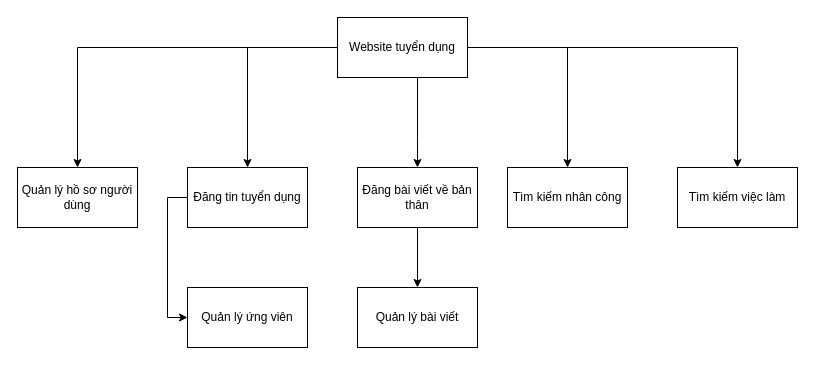
The draw.io diagram PHANRACHUCNANG.drawio in LeeTaDa/LeTatDat, before the edit. Source tidied: cells renumbered, new cells numbered last; positions are measured from the earlier drawing's top-left corner, leaving out a move shared by most shapes. Both pictures are drawn from the tidied source at 100%, with x=0, y=0 at pixel (17, 17).
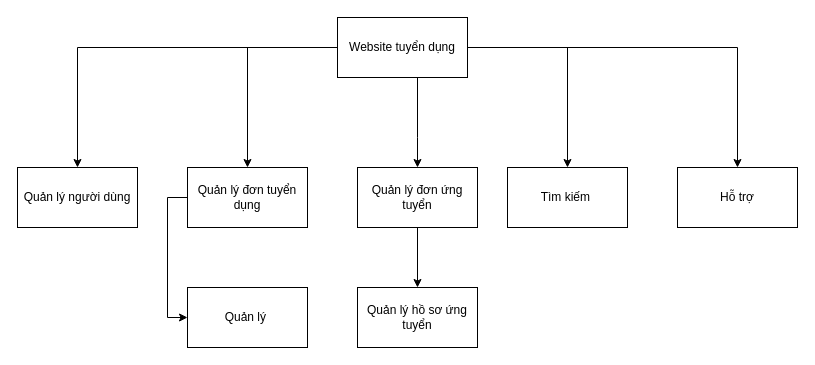
After the change.

Change to the diagram source:
```diff
@@
 <mxGraphModel>
   <root>
     <mxCell id="0" />
     <mxCell id="1" parent="0" />
     <mxCell id="2" style="edgeStyle=orthogonalEdgeStyle;rounded=0;jettySize=auto;html=1;entryX=0.5;entryY=0;entryDx=0;entryDy=0;" parent="1" edge="1" source="6" target="8">
       <mxGeometry relative="1" as="geometry" />
     </mxCell>
     <mxCell id="3" style="edgeStyle=orthogonalEdgeStyle;rounded=0;jettySize=auto;html=1;entryX=0.5;entryY=0;entryDx=0;entryDy=0;" parent="1" edge="1" source="6" target="9">
       <mxGeometry relative="1" as="geometry" />
     </mxCell>
     <mxCell id="4" style="edgeStyle=orthogonalEdgeStyle;rounded=0;jettySize=auto;html=1;entryX=0.5;entryY=0;entryDx=0;entryDy=0;" parent="1" edge="1" source="6" target="13">
       <mxGeometry relative="1" as="geometry" />
     </mxCell>
     <mxCell id="5" style="edgeStyle=orthogonalEdgeStyle;rounded=0;jettySize=auto;html=1;entryX=0.5;entryY=0;entryDx=0;entryDy=0;" parent="1" edge="1" source="6" target="16">
       <mxGeometry relative="1" as="geometry" />
     </mxCell>
     <mxCell id="6" value="Website tuyển dụng" style="rounded=0;whiteSpace=wrap;html=1;" parent="1" vertex="1">
       <mxGeometry x="320" width="130" height="60" as="geometry" />
     </mxCell>
     <mxCell id="7" style="edgeStyle=orthogonalEdgeStyle;rounded=0;jettySize=auto;html=1;entryX=0;entryY=0.5;entryDx=0;entryDy=0;exitX=0;exitY=0.5;exitDx=0;exitDy=0;" parent="1" edge="1" source="8" target="14">
       <mxGeometry relative="1" as="geometry" />
     </mxCell>
-    <mxCell id="8" value="Đăng tin tuyển dụng" style="rounded=0;whiteSpace=wrap;html=1;" parent="1" vertex="1">
+    <mxCell id="8" value="Quản lý đơn tuyển dụng" style="rounded=0;whiteSpace=wrap;html=1;" parent="1" vertex="1">
       <mxGeometry x="170" y="150" width="120" height="60" as="geometry" />
     </mxCell>
-    <mxCell id="9" value="Tìm kiếm nhân công" style="rounded=0;whiteSpace=wrap;html=1;" parent="1" vertex="1">
+    <mxCell id="9" value="Tìm kiếm&amp;nbsp;" style="rounded=0;whiteSpace=wrap;html=1;" parent="1" vertex="1">
       <mxGeometry x="490" y="150" width="120" height="60" as="geometry" />
     </mxCell>
     <mxCell id="10" style="edgeStyle=orthogonalEdgeStyle;rounded=0;jettySize=auto;html=1;entryX=0.5;entryY=0;entryDx=0;entryDy=0;" parent="1" edge="1" source="11" target="15">
       <mxGeometry relative="1" as="geometry" />
     </mxCell>
-    <mxCell id="11" value="Đăng bài viết về bản thân" style="rounded=0;whiteSpace=wrap;html=1;" parent="1" vertex="1">
+    <mxCell id="11" value="Quản lý đơn ứng tuyển" style="rounded=0;whiteSpace=wrap;html=1;" parent="1" vertex="1">
       <mxGeometry x="340" y="150" width="120" height="60" as="geometry" />
     </mxCell>
     <mxCell id="12" style="edgeStyle=orthogonalEdgeStyle;rounded=0;jettySize=auto;html=1;entryX=0.5;entryY=0;entryDx=0;entryDy=0;" parent="1" edge="1" source="6" target="11">
       <mxGeometry relative="1" as="geometry">
         <Array as="points">
           <mxPoint x="400" y="120" />
           <mxPoint x="400" y="120" />
         </Array>
       </mxGeometry>
     </mxCell>
-    <mxCell id="13" value="Quản lý hồ sơ người dùng" style="rounded=0;whiteSpace=wrap;html=1;" parent="1" vertex="1">
+    <mxCell id="13" value="Quản lý người dùng" style="rounded=0;whiteSpace=wrap;html=1;" parent="1" vertex="1">
       <mxGeometry y="150" width="120" height="60" as="geometry" />
     </mxCell>
-    <mxCell id="14" value="Quản lý ứng viên" style="rounded=0;whiteSpace=wrap;html=1;" parent="1" vertex="1">
+    <mxCell id="14" value="Quản lý&amp;nbsp;" style="rounded=0;whiteSpace=wrap;html=1;" parent="1" vertex="1">
       <mxGeometry x="170" y="270" width="120" height="60" as="geometry" />
     </mxCell>
-    <mxCell id="15" value="Quản lý bài viết" style="rounded=0;whiteSpace=wrap;html=1;" parent="1" vertex="1">
+    <mxCell id="15" value="Quản lý hồ sơ ứng tuyển" style="rounded=0;whiteSpace=wrap;html=1;" parent="1" vertex="1">
       <mxGeometry x="340" y="270" width="120" height="60" as="geometry" />
     </mxCell>
-    <mxCell id="16" value="Tìm kiếm việc làm" style="rounded=0;whiteSpace=wrap;html=1;" parent="1" vertex="1">
+    <mxCell id="16" value="Hỗ trợ" style="rounded=0;whiteSpace=wrap;html=1;" parent="1" vertex="1">
       <mxGeometry x="660" y="150" width="120" height="60" as="geometry" />
     </mxCell>
   </root>
 </mxGraphModel>
```
